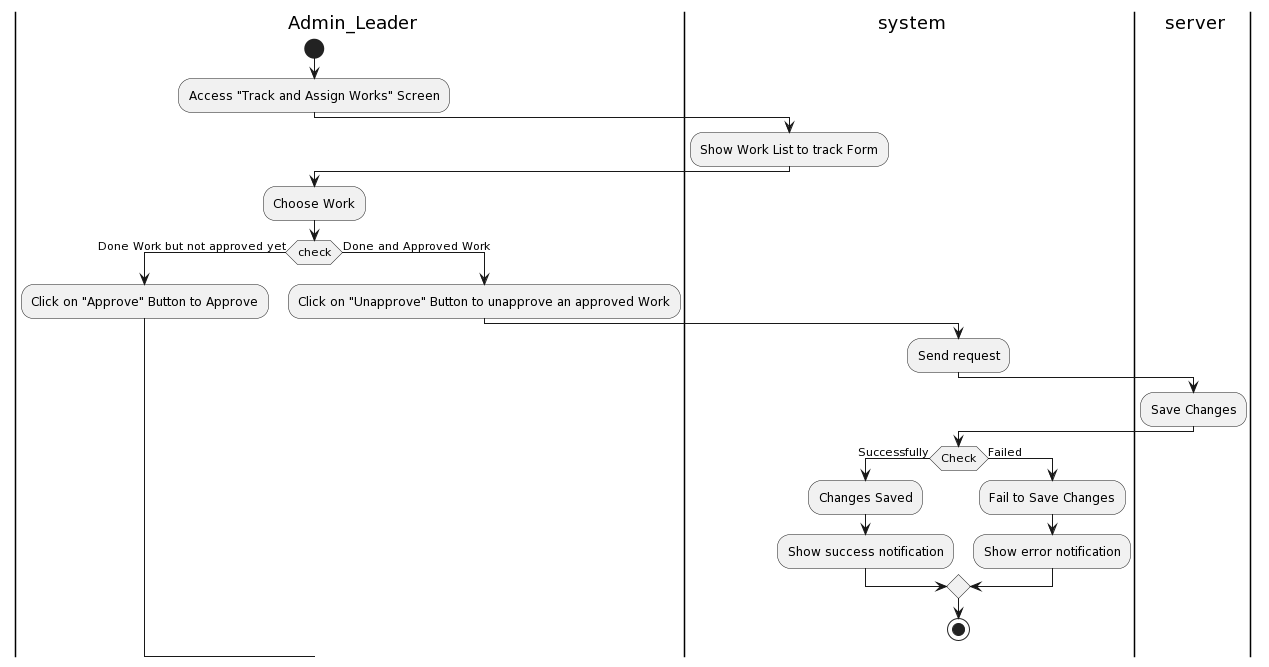
The PlantUML diagram Lab1/Lab1.2/Activity Diagram/TrackingandProcessingofwork/TrackandAssignWorks/ApproveWork/ApproveWork.png in khoapham1003/SE357-Pratice-class, before a commit.
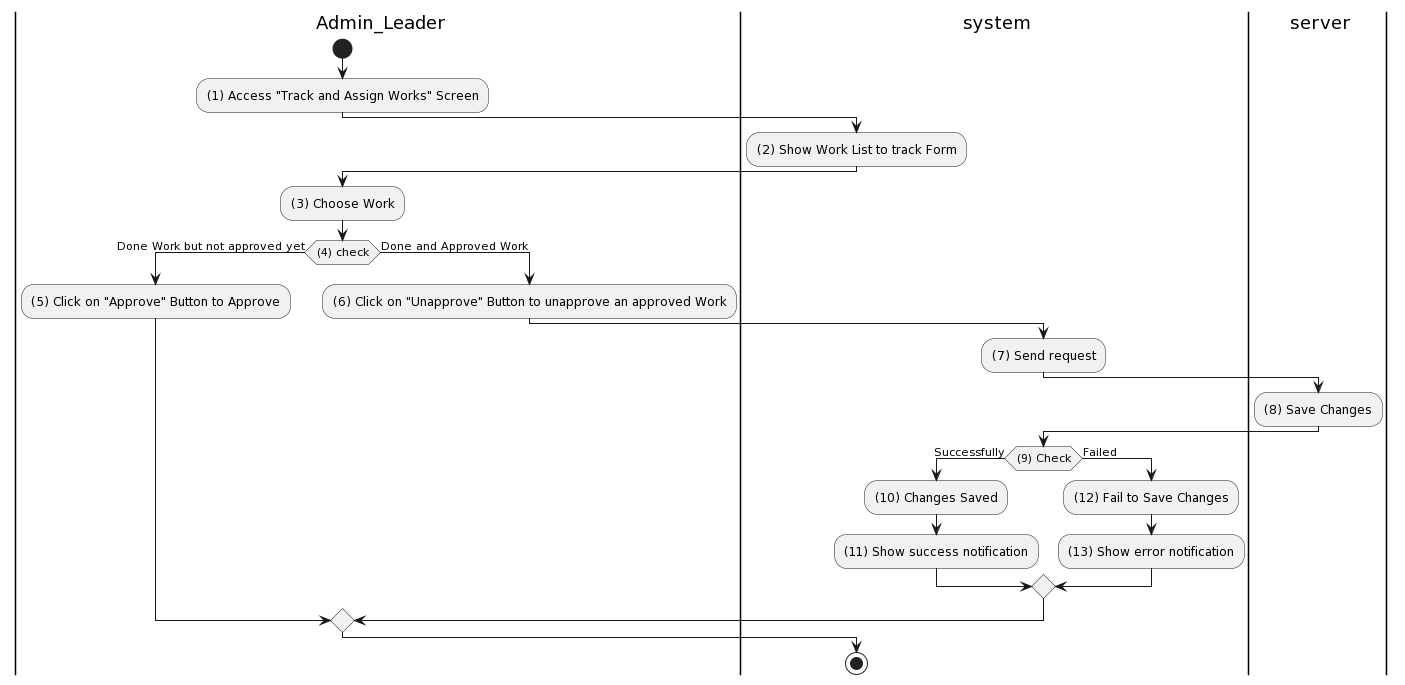
Later version of the same file.

Change to the diagram source:
```diff
@@ -4,26 +4,27 @@
 |ser| server
 |a|
 start
-:Access "Track and Assign Works" Screen;
+:(1) Access "Track and Assign Works" Screen;
 |sys|
-:Show Work List to track Form;
+:(2) Show Work List to track Form;
 |a|
-:Choose Work;
-if(check) then (Done Work but not approved yet)
-:Click on "Approve" Button to Approve;
+:(3) Choose Work;
+if((4) check) then (Done Work but not approved yet)
+:(5) Click on "Approve" Button to Approve;
 else (Done and Approved Work)
-:Click on "Unapprove" Button to unapprove an approved Work;
+:(6) Click on "Unapprove" Button to unapprove an approved Work;
 |sys|
-:Send request;
+:(7) Send request;
 |ser|
-:Save Changes;
+:(8) Save Changes;
 |sys|
-if(Check) then (Successfully)
-:Changes Saved;
-:Show success notification;
+if((9) Check) then (Successfully)
+:(10) Changes Saved;
+:(11) Show success notification;
 else (Failed)
-:Fail to Save Changes;
-:Show error notification;
+:(12) Fail to Save Changes;
+:(13) Show error notification;
+endif
 endif
 stop
 @enduml
```
